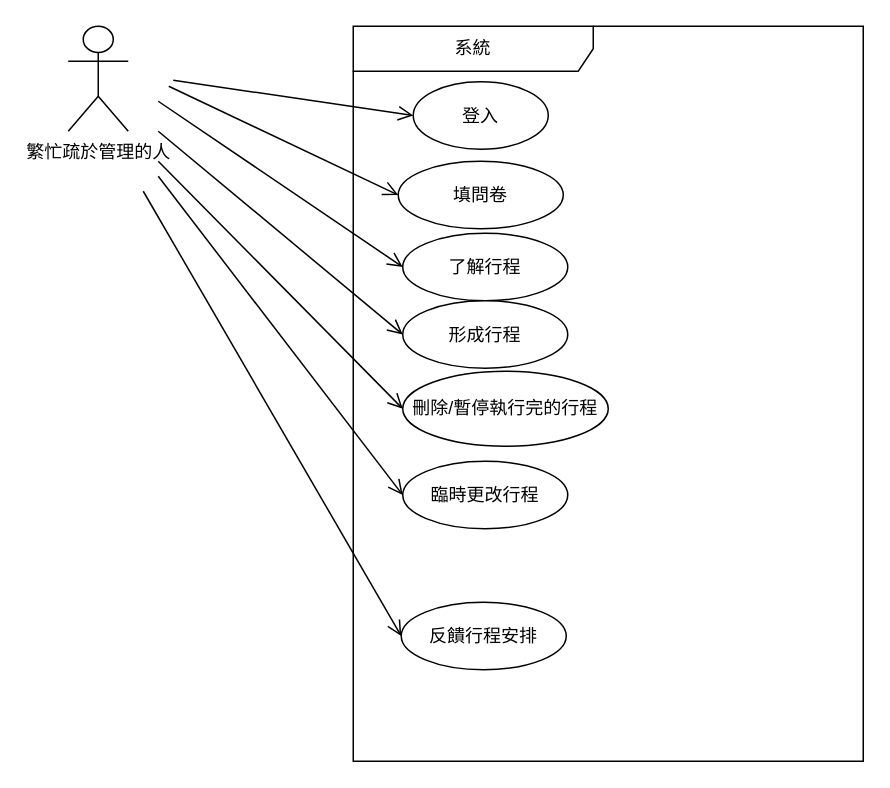
Above: 顧客關係圖.drawio in Kevincheng0804/Graduation-Topic (draw.io), before the change. Source tidied: cells renumbered, new cells numbered last; positions are measured from the earlier drawing's top-left corner, leaving out a move shared by most shapes. Both pictures are drawn from the tidied source at 150%, with x=0, y=0 at pixel (68, 26).
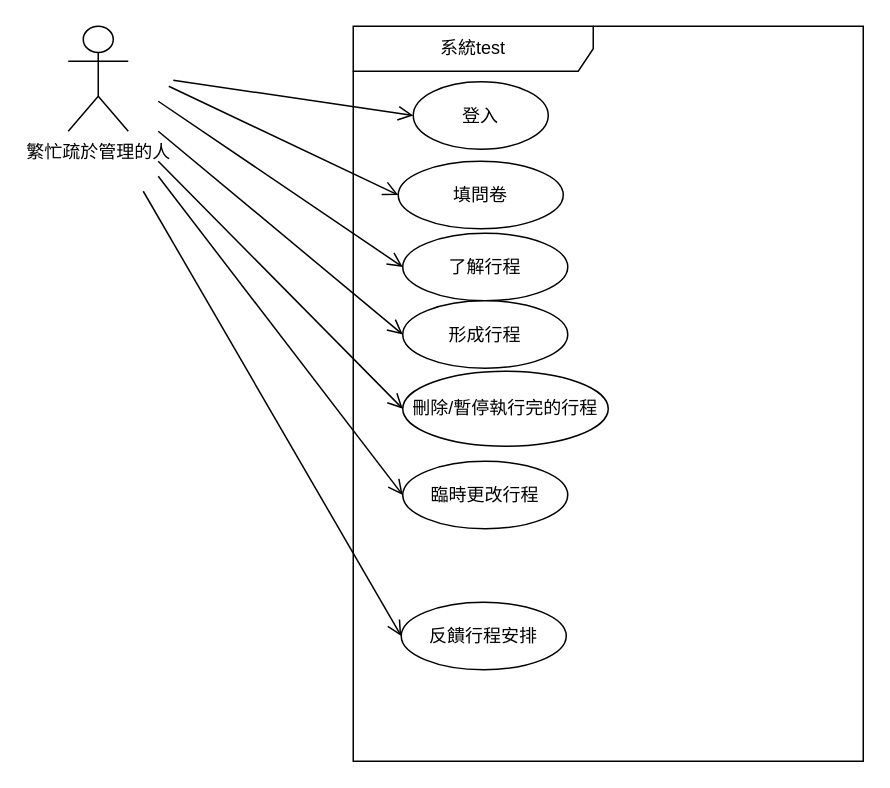
After the change.

The edit, as a diff of the source:
```diff
@@
-    <mxCell id="2" value="系統" style="shape=umlFrame;whiteSpace=wrap;html=1;width=160;" parent="1" vertex="1">
+    <mxCell id="2" value="系統test" style="shape=umlFrame;whiteSpace=wrap;html=1;width=160;" parent="1" vertex="1">
       <mxGeometry x="190" width="340" height="490" as="geometry" />
     </mxCell>
```
